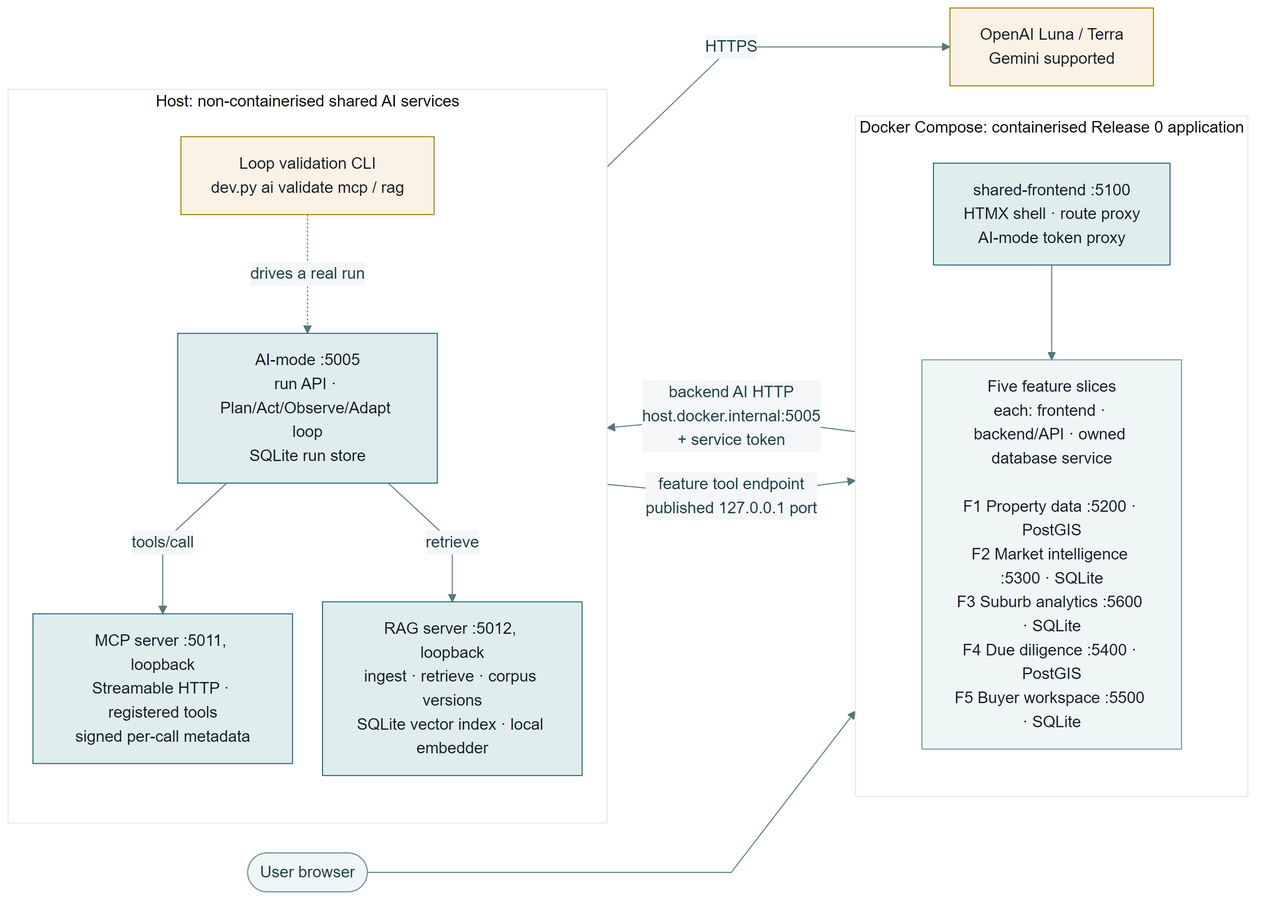
The Mermaid diagram docs/reports/assets/release-1/release-1-architecture.png in MattShelton04/41026ASDProject, before a commit. Its source is kept beside it as docs/reports/diagrams/release-1/release-1-architecture.mmd. Source of this version:
```mermaid
%%{init: {"theme":"base","themeVariables":{"fontFamily":"Arial","fontSize":"16px","primaryColor":"#eff6f6","primaryBorderColor":"#6b969b","primaryTextColor":"#153e46","lineColor":"#527a80","secondaryColor":"#f4f6f8","tertiaryColor":"#ffffff"},"flowchart":{"curve":"linear","nodeSpacing":30,"rankSpacing":70}}}%%
flowchart LR
    user([User browser])

    subgraph compose["Docker Compose: containerised Release 0 application"]
        direction TB
        edge["shared-frontend :5100<br/>HTMX shell · route proxy<br/>AI-mode token proxy"]
        features["Five feature slices<br/>each: frontend · backend/API · owned database service<br/><br/>F1 Property data :5200 · PostGIS<br/>F2 Market intelligence :5300 · SQLite<br/>F3 Suburb analytics :5600 · SQLite<br/>F4 Due diligence :5400 · PostGIS<br/>F5 Buyer workspace :5500 · SQLite"]
        edge --> features
    end

    subgraph host["Host: non-containerised shared AI services"]
        direction TB
        loop["Loop validation CLI<br/>dev.py ai validate mcp / rag"]
        ai["AI-mode :5005<br/>run API · Plan/Act/Observe/Adapt loop<br/>SQLite run store"]
        mcp["MCP server :5011, loopback<br/>Streamable HTTP · registered tools<br/>signed per-call metadata"]
        rag["RAG server :5012, loopback<br/>ingest · retrieve · corpus versions<br/>SQLite vector index · local embedder"]
        loop -.->|drives a real run| ai
        ai -->|tools/call| mcp
        ai -->|retrieve| rag
    end

    model["OpenAI Luna / Terra<br/>Gemini supported"]

    user --> edge
    features -->|"backend AI HTTP<br/>host.docker.internal:5005<br/>+ service token"| ai
    mcp -->|"feature tool endpoint<br/>published 127.0.0.1 port"| features
    ai -->|HTTPS| model

    classDef shared fill:#dfeded,stroke:#176b75,color:#111827;
    classDef feature fill:#eff6f6,stroke:#6b969b,color:#111827;
    classDef note fill:#faf2e4,stroke:#a67c00,color:#111827;
    class edge,ai,mcp,rag shared;
    class features feature;
    class model,loop note;
```
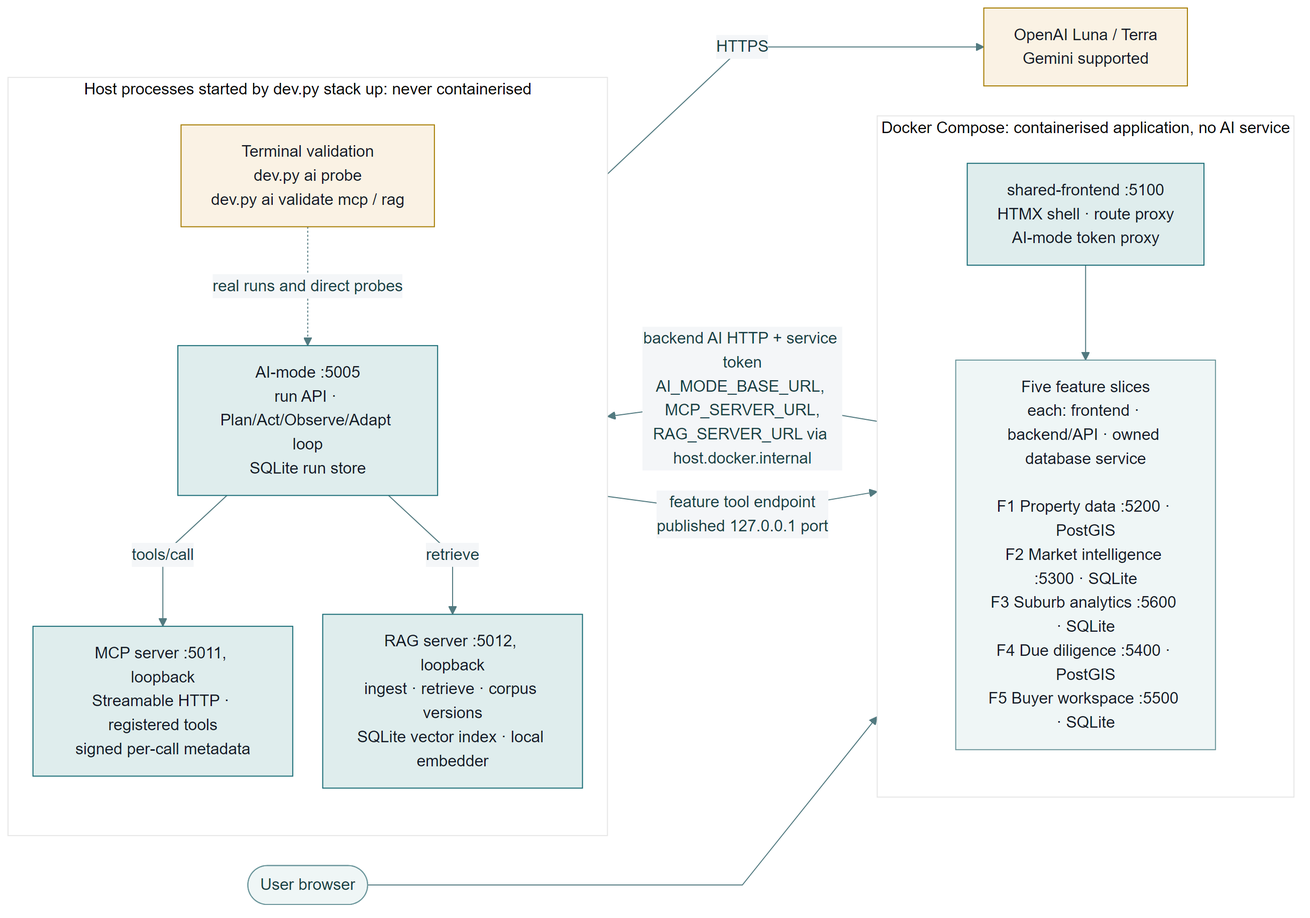
The same diagram one commit later.

Commit message:
docs(report): describe the enforced non-containerised AI tier

Diff of the diagram source:
```diff
@@ -2,20 +2,20 @@
 flowchart LR
     user([User browser])
 
-    subgraph compose["Docker Compose: containerised Release 0 application"]
+    subgraph compose["Docker Compose: containerised application, no AI service"]
         direction TB
         edge["shared-frontend :5100<br/>HTMX shell · route proxy<br/>AI-mode token proxy"]
         features["Five feature slices<br/>each: frontend · backend/API · owned database service<br/><br/>F1 Property data :5200 · PostGIS<br/>F2 Market intelligence :5300 · SQLite<br/>F3 Suburb analytics :5600 · SQLite<br/>F4 Due diligence :5400 · PostGIS<br/>F5 Buyer workspace :5500 · SQLite"]
         edge --> features
     end
 
-    subgraph host["Host: non-containerised shared AI services"]
+    subgraph host["Host processes started by dev.py stack up: never containerised"]
         direction TB
-        loop["Loop validation CLI<br/>dev.py ai validate mcp / rag"]
+        loop["Terminal validation<br/>dev.py ai probe<br/>dev.py ai validate mcp / rag"]
         ai["AI-mode :5005<br/>run API · Plan/Act/Observe/Adapt loop<br/>SQLite run store"]
         mcp["MCP server :5011, loopback<br/>Streamable HTTP · registered tools<br/>signed per-call metadata"]
         rag["RAG server :5012, loopback<br/>ingest · retrieve · corpus versions<br/>SQLite vector index · local embedder"]
-        loop -.->|drives a real run| ai
+        loop -.->|real runs and direct probes| ai
         ai -->|tools/call| mcp
         ai -->|retrieve| rag
     end
@@ -23,7 +23,7 @@
     model["OpenAI Luna / Terra<br/>Gemini supported"]
 
     user --> edge
-    features -->|"backend AI HTTP<br/>host.docker.internal:5005<br/>+ service token"| ai
+    features -->|"backend AI HTTP + service token<br/>AI_MODE_BASE_URL, MCP_SERVER_URL,<br/>RAG_SERVER_URL via host.docker.internal"| ai
     mcp -->|"feature tool endpoint<br/>published 127.0.0.1 port"| features
     ai -->|HTTPS| model
 
```
